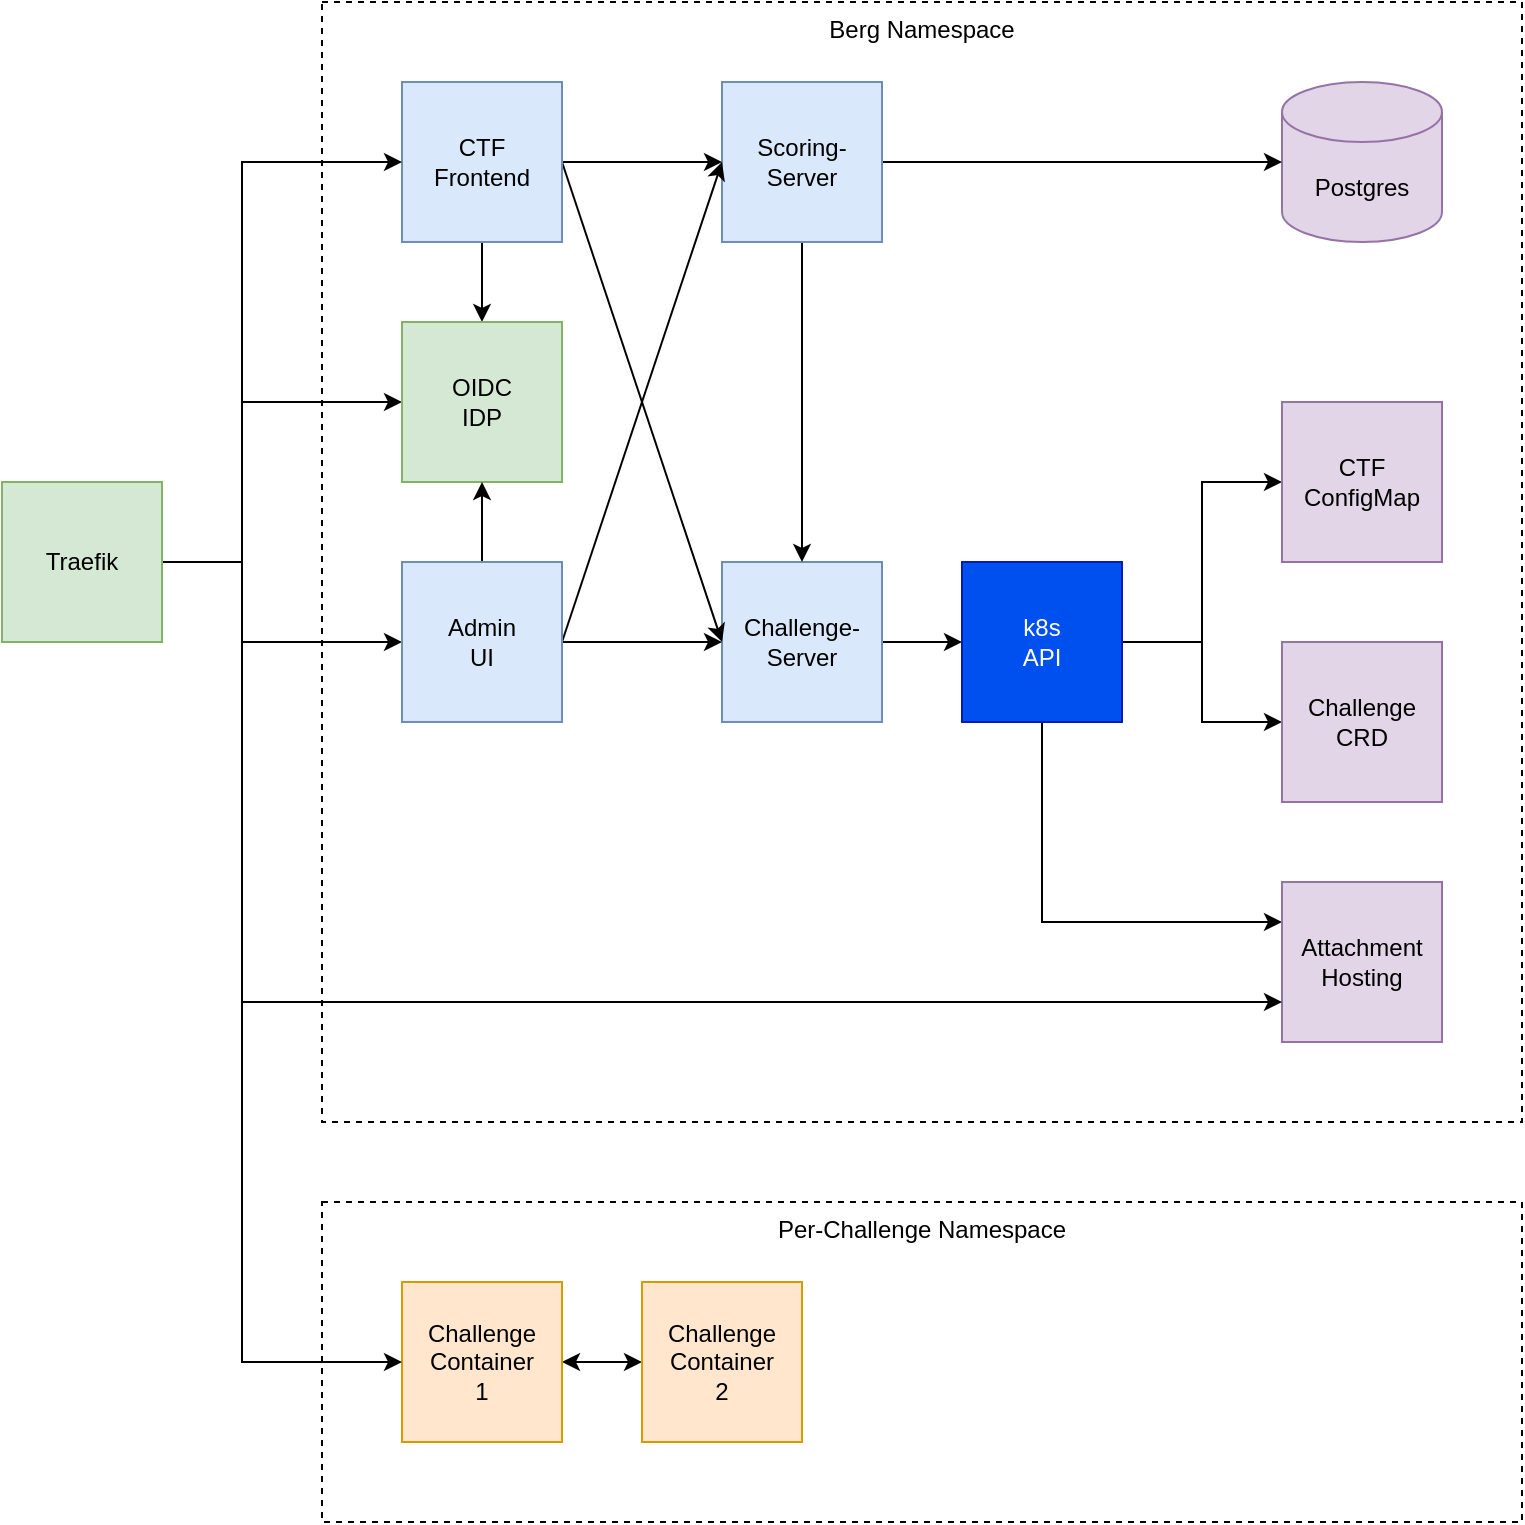
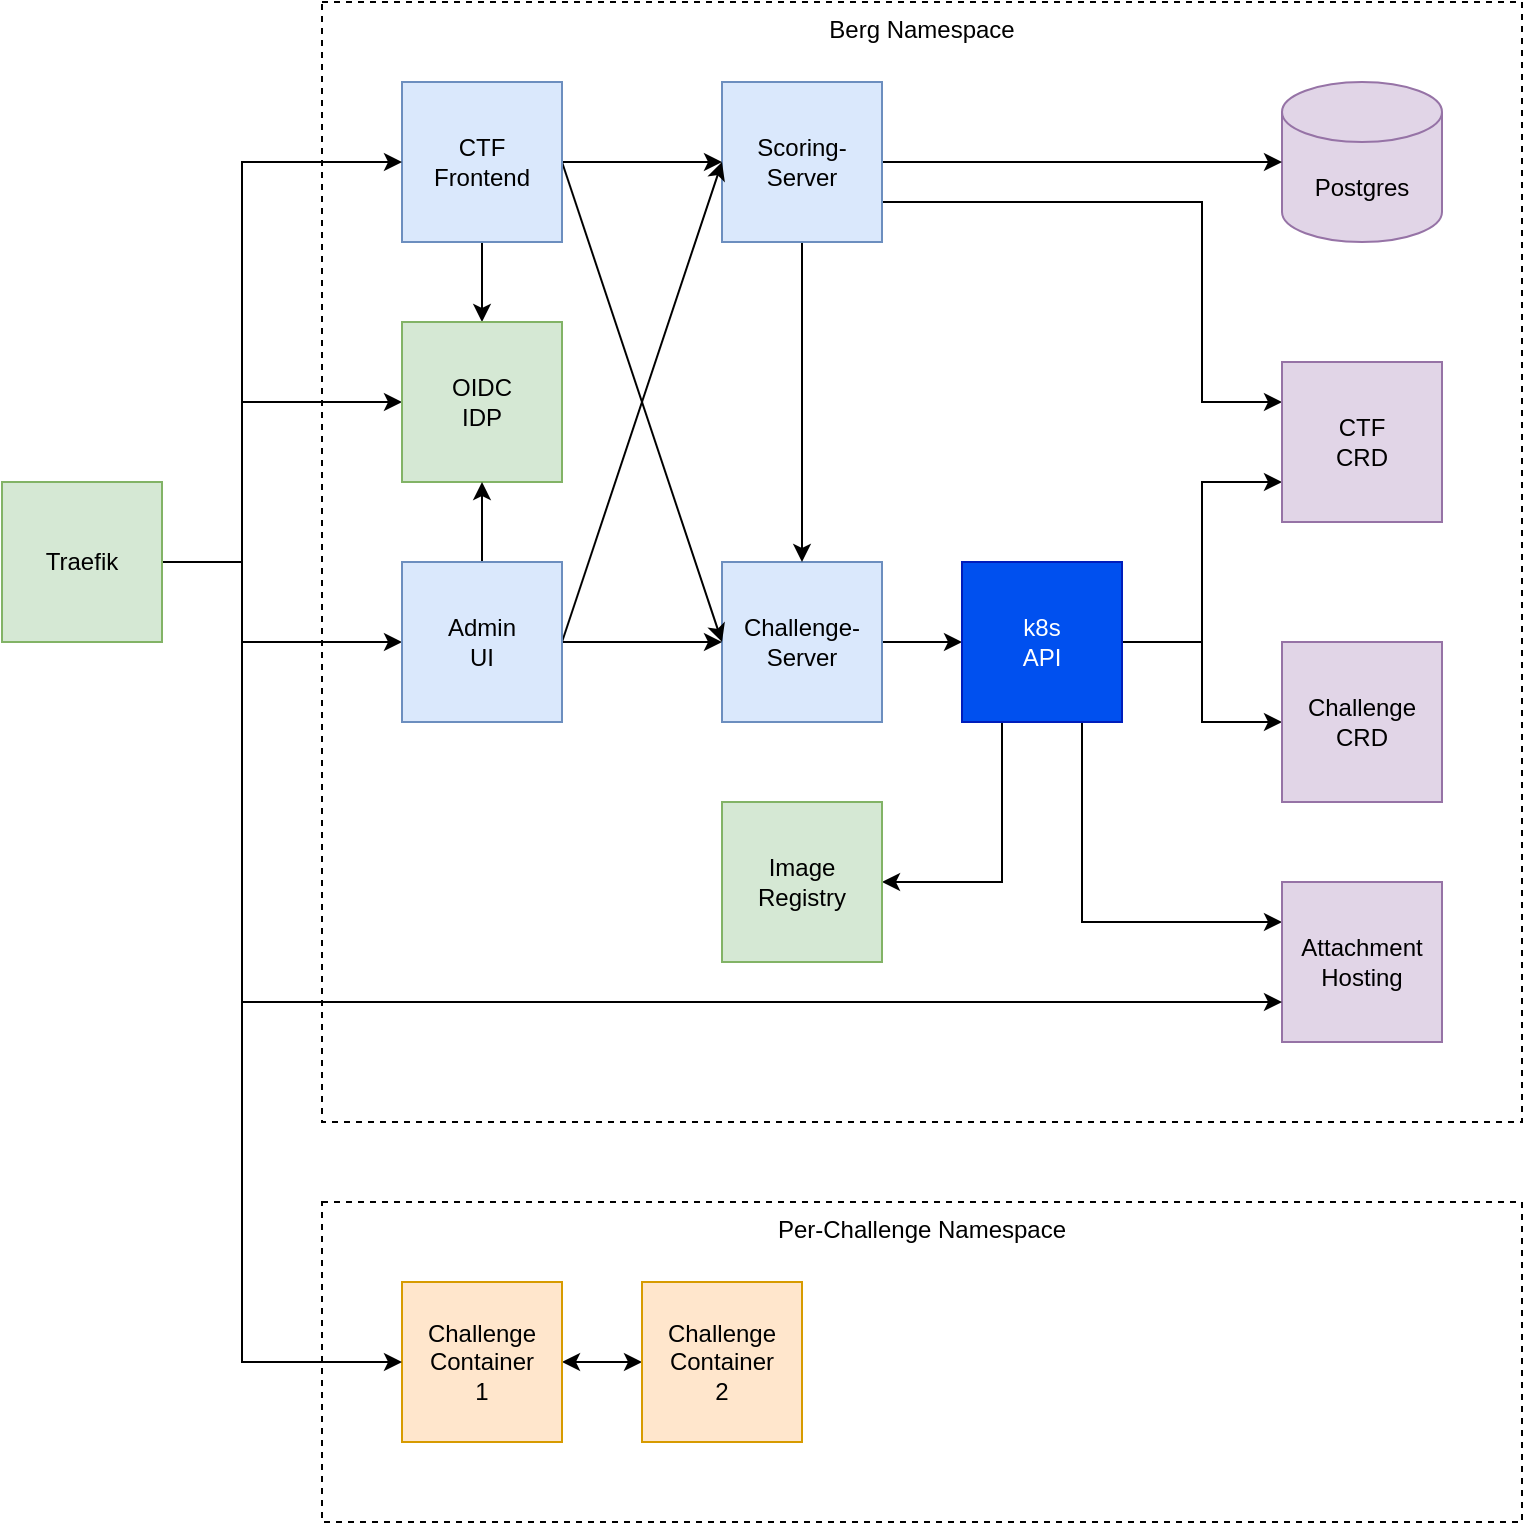
- <mxfile host="Electron" modified="2023-05-24T07:30:27.227Z" agent="Mozilla/5.0 (X11; Linux x86_64) AppleWebKit/537.36 (KHTML, like Gecko) draw.io/21.2.8 Chrome/112.0.5615.165 Electron/24.2.0 Safari/537.36" etag="guVOcQXvsl8iiGvtivm7" version="21.2.8" type="device">
+ <mxfile host="Electron" modified="2023-05-24T11:20:52.448Z" agent="Mozilla/5.0 (X11; Linux x86_64) AppleWebKit/537.36 (KHTML, like Gecko) draw.io/21.2.8 Chrome/112.0.5615.165 Electron/24.2.0 Safari/537.36" etag="6mPu50XDCviRhtScXiz8" version="21.2.8" type="device">
  <diagram name="Architecture" id="Uo0GrOfYdRWyRWBrfzNd">
-     <mxGraphModel dx="925" dy="569" grid="1" gridSize="10" guides="1" tooltips="1" connect="1" arrows="1" fold="1" page="1" pageScale="1" pageWidth="850" pageHeight="1100" math="0" shadow="0">
+     <mxGraphModel dx="854" dy="868" grid="1" gridSize="10" guides="1" tooltips="1" connect="1" arrows="1" fold="1" page="1" pageScale="1" pageWidth="850" pageHeight="1100" math="0" shadow="0">
      <root>
        <mxCell id="0" />
        <mxCell id="1" parent="0" />
-         <mxCell id="PvHvlI6vUuhh0g36hj-B-34" value="Per-Challenge Namespace" style="rounded=0;whiteSpace=wrap;html=1;fillColor=none;dashed=1;align=center;verticalAlign=top;" vertex="1" parent="1">
+         <mxCell id="PvHvlI6vUuhh0g36hj-B-34" value="Per-Challenge Namespace" style="rounded=0;whiteSpace=wrap;html=1;fillColor=none;dashed=1;align=center;verticalAlign=top;" parent="1" vertex="1">
          <mxGeometry x="200" y="640" width="600" height="160" as="geometry" />
        </mxCell>
-         <mxCell id="PvHvlI6vUuhh0g36hj-B-33" value="Berg Namespace" style="rounded=0;whiteSpace=wrap;html=1;fillColor=none;dashed=1;align=center;verticalAlign=top;" vertex="1" parent="1">
+         <mxCell id="PvHvlI6vUuhh0g36hj-B-33" value="Berg Namespace" style="rounded=0;whiteSpace=wrap;html=1;fillColor=none;dashed=1;align=center;verticalAlign=top;" parent="1" vertex="1">
          <mxGeometry x="200" y="40" width="600" height="560" as="geometry" />
        </mxCell>
-         <mxCell id="PvHvlI6vUuhh0g36hj-B-1" value="Postgres" style="shape=cylinder3;whiteSpace=wrap;html=1;boundedLbl=1;backgroundOutline=1;size=15;fillColor=#e1d5e7;strokeColor=#9673a6;" vertex="1" parent="1">
+         <mxCell id="PvHvlI6vUuhh0g36hj-B-1" value="Postgres" style="shape=cylinder3;whiteSpace=wrap;html=1;boundedLbl=1;backgroundOutline=1;size=15;fillColor=#e1d5e7;strokeColor=#9673a6;" parent="1" vertex="1">
          <mxGeometry x="680" y="80" width="80" height="80" as="geometry" />
        </mxCell>
-         <mxCell id="PvHvlI6vUuhh0g36hj-B-7" style="edgeStyle=orthogonalEdgeStyle;rounded=0;orthogonalLoop=1;jettySize=auto;html=1;exitX=1;exitY=0.5;exitDx=0;exitDy=0;entryX=0;entryY=0.5;entryDx=0;entryDy=0;" edge="1" parent="1" source="PvHvlI6vUuhh0g36hj-B-2" target="PvHvlI6vUuhh0g36hj-B-6">
+         <mxCell id="PvHvlI6vUuhh0g36hj-B-7" style="edgeStyle=orthogonalEdgeStyle;rounded=0;orthogonalLoop=1;jettySize=auto;html=1;exitX=1;exitY=0.5;exitDx=0;exitDy=0;entryX=0;entryY=0.5;entryDx=0;entryDy=0;" parent="1" source="PvHvlI6vUuhh0g36hj-B-2" target="PvHvlI6vUuhh0g36hj-B-6" edge="1">
          <mxGeometry relative="1" as="geometry" />
        </mxCell>
-         <mxCell id="PvHvlI6vUuhh0g36hj-B-2" value="Challenge-Server" style="whiteSpace=wrap;html=1;aspect=fixed;fillColor=#dae8fc;strokeColor=#6c8ebf;" vertex="1" parent="1">
+         <mxCell id="PvHvlI6vUuhh0g36hj-B-2" value="Challenge-Server" style="whiteSpace=wrap;html=1;aspect=fixed;fillColor=#dae8fc;strokeColor=#6c8ebf;" parent="1" vertex="1">
          <mxGeometry x="400" y="320" width="80" height="80" as="geometry" />
        </mxCell>
-         <mxCell id="PvHvlI6vUuhh0g36hj-B-16" style="edgeStyle=orthogonalEdgeStyle;rounded=0;orthogonalLoop=1;jettySize=auto;html=1;exitX=0.5;exitY=1;exitDx=0;exitDy=0;entryX=0;entryY=0.25;entryDx=0;entryDy=0;" edge="1" parent="1" source="PvHvlI6vUuhh0g36hj-B-6" target="PvHvlI6vUuhh0g36hj-B-15">
+         <mxCell id="PvHvlI6vUuhh0g36hj-B-16" style="edgeStyle=orthogonalEdgeStyle;rounded=0;orthogonalLoop=1;jettySize=auto;html=1;exitX=0.75;exitY=1;exitDx=0;exitDy=0;entryX=0;entryY=0.25;entryDx=0;entryDy=0;" parent="1" source="PvHvlI6vUuhh0g36hj-B-6" target="PvHvlI6vUuhh0g36hj-B-15" edge="1">
          <mxGeometry relative="1" as="geometry" />
        </mxCell>
-         <mxCell id="PvHvlI6vUuhh0g36hj-B-31" style="edgeStyle=orthogonalEdgeStyle;rounded=0;orthogonalLoop=1;jettySize=auto;html=1;exitX=1;exitY=0.5;exitDx=0;exitDy=0;entryX=0;entryY=0.5;entryDx=0;entryDy=0;" edge="1" parent="1" source="PvHvlI6vUuhh0g36hj-B-6" target="PvHvlI6vUuhh0g36hj-B-29">
+         <mxCell id="PvHvlI6vUuhh0g36hj-B-31" style="edgeStyle=orthogonalEdgeStyle;rounded=0;orthogonalLoop=1;jettySize=auto;html=1;exitX=1;exitY=0.5;exitDx=0;exitDy=0;entryX=0;entryY=0.75;entryDx=0;entryDy=0;" parent="1" source="PvHvlI6vUuhh0g36hj-B-6" target="PvHvlI6vUuhh0g36hj-B-29" edge="1">
          <mxGeometry relative="1" as="geometry" />
        </mxCell>
-         <mxCell id="PvHvlI6vUuhh0g36hj-B-32" style="edgeStyle=orthogonalEdgeStyle;rounded=0;orthogonalLoop=1;jettySize=auto;html=1;exitX=1;exitY=0.5;exitDx=0;exitDy=0;entryX=0;entryY=0.5;entryDx=0;entryDy=0;" edge="1" parent="1" source="PvHvlI6vUuhh0g36hj-B-6" target="PvHvlI6vUuhh0g36hj-B-30">
+         <mxCell id="PvHvlI6vUuhh0g36hj-B-32" style="edgeStyle=orthogonalEdgeStyle;rounded=0;orthogonalLoop=1;jettySize=auto;html=1;exitX=1;exitY=0.5;exitDx=0;exitDy=0;entryX=0;entryY=0.5;entryDx=0;entryDy=0;" parent="1" source="PvHvlI6vUuhh0g36hj-B-6" target="PvHvlI6vUuhh0g36hj-B-30" edge="1">
          <mxGeometry relative="1" as="geometry" />
        </mxCell>
-         <mxCell id="PvHvlI6vUuhh0g36hj-B-6" value="k8s&lt;br&gt;API" style="whiteSpace=wrap;html=1;aspect=fixed;fillColor=#0050ef;strokeColor=#001DBC;fontColor=#ffffff;" vertex="1" parent="1">
+         <mxCell id="gRbVofSfvynGAcUlV5oM-5" style="edgeStyle=orthogonalEdgeStyle;rounded=0;orthogonalLoop=1;jettySize=auto;html=1;exitX=0.25;exitY=1;exitDx=0;exitDy=0;entryX=1;entryY=0.5;entryDx=0;entryDy=0;" edge="1" parent="1" source="PvHvlI6vUuhh0g36hj-B-6" target="gRbVofSfvynGAcUlV5oM-4">
+           <mxGeometry relative="1" as="geometry" />
+         </mxCell>
+         <mxCell id="PvHvlI6vUuhh0g36hj-B-6" value="k8s&lt;br&gt;API" style="whiteSpace=wrap;html=1;aspect=fixed;fillColor=#0050ef;strokeColor=#001DBC;fontColor=#ffffff;" parent="1" vertex="1">
          <mxGeometry x="520" y="320" width="80" height="80" as="geometry" />
        </mxCell>
-         <mxCell id="PvHvlI6vUuhh0g36hj-B-9" style="edgeStyle=orthogonalEdgeStyle;rounded=0;orthogonalLoop=1;jettySize=auto;html=1;exitX=1;exitY=0.5;exitDx=0;exitDy=0;entryX=0;entryY=0.5;entryDx=0;entryDy=0;entryPerimeter=0;" edge="1" parent="1" source="PvHvlI6vUuhh0g36hj-B-8" target="PvHvlI6vUuhh0g36hj-B-1">
+         <mxCell id="PvHvlI6vUuhh0g36hj-B-9" style="edgeStyle=orthogonalEdgeStyle;rounded=0;orthogonalLoop=1;jettySize=auto;html=1;exitX=1;exitY=0.5;exitDx=0;exitDy=0;entryX=0;entryY=0.5;entryDx=0;entryDy=0;entryPerimeter=0;" parent="1" source="PvHvlI6vUuhh0g36hj-B-8" target="PvHvlI6vUuhh0g36hj-B-1" edge="1">
          <mxGeometry relative="1" as="geometry" />
        </mxCell>
-         <mxCell id="PvHvlI6vUuhh0g36hj-B-28" style="edgeStyle=orthogonalEdgeStyle;rounded=0;orthogonalLoop=1;jettySize=auto;html=1;exitX=0.5;exitY=1;exitDx=0;exitDy=0;entryX=0.5;entryY=0;entryDx=0;entryDy=0;" edge="1" parent="1" source="PvHvlI6vUuhh0g36hj-B-8" target="PvHvlI6vUuhh0g36hj-B-2">
+         <mxCell id="PvHvlI6vUuhh0g36hj-B-28" style="edgeStyle=orthogonalEdgeStyle;rounded=0;orthogonalLoop=1;jettySize=auto;html=1;exitX=0.5;exitY=1;exitDx=0;exitDy=0;entryX=0.5;entryY=0;entryDx=0;entryDy=0;" parent="1" source="PvHvlI6vUuhh0g36hj-B-8" target="PvHvlI6vUuhh0g36hj-B-2" edge="1">
          <mxGeometry relative="1" as="geometry" />
        </mxCell>
-         <mxCell id="PvHvlI6vUuhh0g36hj-B-8" value="Scoring-&lt;br&gt;Server" style="whiteSpace=wrap;html=1;aspect=fixed;fillColor=#dae8fc;strokeColor=#6c8ebf;" vertex="1" parent="1">
+         <mxCell id="gRbVofSfvynGAcUlV5oM-3" style="edgeStyle=orthogonalEdgeStyle;rounded=0;orthogonalLoop=1;jettySize=auto;html=1;exitX=1;exitY=0.75;exitDx=0;exitDy=0;entryX=0;entryY=0.25;entryDx=0;entryDy=0;" edge="1" parent="1" source="PvHvlI6vUuhh0g36hj-B-8" target="PvHvlI6vUuhh0g36hj-B-29">
+           <mxGeometry relative="1" as="geometry">
+             <Array as="points">
+               <mxPoint x="640" y="140" />
+               <mxPoint x="640" y="240" />
+             </Array>
+           </mxGeometry>
+         </mxCell>
+         <mxCell id="PvHvlI6vUuhh0g36hj-B-8" value="Scoring-&lt;br&gt;Server" style="whiteSpace=wrap;html=1;aspect=fixed;fillColor=#dae8fc;strokeColor=#6c8ebf;" parent="1" vertex="1">
          <mxGeometry x="400" y="80" width="80" height="80" as="geometry" />
        </mxCell>
-         <mxCell id="PvHvlI6vUuhh0g36hj-B-11" style="edgeStyle=orthogonalEdgeStyle;rounded=0;orthogonalLoop=1;jettySize=auto;html=1;exitX=1;exitY=0.5;exitDx=0;exitDy=0;entryX=0;entryY=0.5;entryDx=0;entryDy=0;" edge="1" parent="1" source="PvHvlI6vUuhh0g36hj-B-10" target="PvHvlI6vUuhh0g36hj-B-8">
+         <mxCell id="PvHvlI6vUuhh0g36hj-B-11" style="edgeStyle=orthogonalEdgeStyle;rounded=0;orthogonalLoop=1;jettySize=auto;html=1;exitX=1;exitY=0.5;exitDx=0;exitDy=0;entryX=0;entryY=0.5;entryDx=0;entryDy=0;" parent="1" source="PvHvlI6vUuhh0g36hj-B-10" target="PvHvlI6vUuhh0g36hj-B-8" edge="1">
          <mxGeometry relative="1" as="geometry" />
        </mxCell>
-         <mxCell id="PvHvlI6vUuhh0g36hj-B-12" style="rounded=0;orthogonalLoop=1;jettySize=auto;html=1;exitX=1;exitY=0.5;exitDx=0;exitDy=0;entryX=0;entryY=0.5;entryDx=0;entryDy=0;" edge="1" parent="1" source="PvHvlI6vUuhh0g36hj-B-10" target="PvHvlI6vUuhh0g36hj-B-2">
+         <mxCell id="PvHvlI6vUuhh0g36hj-B-12" style="rounded=0;orthogonalLoop=1;jettySize=auto;html=1;exitX=1;exitY=0.5;exitDx=0;exitDy=0;entryX=0;entryY=0.5;entryDx=0;entryDy=0;" parent="1" source="PvHvlI6vUuhh0g36hj-B-10" target="PvHvlI6vUuhh0g36hj-B-2" edge="1">
          <mxGeometry relative="1" as="geometry" />
        </mxCell>
-         <mxCell id="PvHvlI6vUuhh0g36hj-B-21" style="edgeStyle=orthogonalEdgeStyle;rounded=0;orthogonalLoop=1;jettySize=auto;html=1;exitX=0.5;exitY=1;exitDx=0;exitDy=0;entryX=0.5;entryY=0;entryDx=0;entryDy=0;" edge="1" parent="1" source="PvHvlI6vUuhh0g36hj-B-10" target="PvHvlI6vUuhh0g36hj-B-20">
+         <mxCell id="PvHvlI6vUuhh0g36hj-B-21" style="edgeStyle=orthogonalEdgeStyle;rounded=0;orthogonalLoop=1;jettySize=auto;html=1;exitX=0.5;exitY=1;exitDx=0;exitDy=0;entryX=0.5;entryY=0;entryDx=0;entryDy=0;" parent="1" source="PvHvlI6vUuhh0g36hj-B-10" target="PvHvlI6vUuhh0g36hj-B-20" edge="1">
          <mxGeometry relative="1" as="geometry" />
        </mxCell>
-         <mxCell id="PvHvlI6vUuhh0g36hj-B-10" value="CTF&lt;br&gt;Frontend" style="rounded=0;whiteSpace=wrap;html=1;fillColor=#dae8fc;strokeColor=#6c8ebf;" vertex="1" parent="1">
+         <mxCell id="PvHvlI6vUuhh0g36hj-B-10" value="CTF&lt;br&gt;Frontend" style="rounded=0;whiteSpace=wrap;html=1;fillColor=#dae8fc;strokeColor=#6c8ebf;" parent="1" vertex="1">
          <mxGeometry x="240" y="80" width="80" height="80" as="geometry" />
        </mxCell>
-         <mxCell id="PvHvlI6vUuhh0g36hj-B-37" style="edgeStyle=orthogonalEdgeStyle;rounded=0;orthogonalLoop=1;jettySize=auto;html=1;exitX=1;exitY=0.5;exitDx=0;exitDy=0;entryX=0;entryY=0.5;entryDx=0;entryDy=0;startArrow=classic;startFill=1;" edge="1" parent="1" source="PvHvlI6vUuhh0g36hj-B-13" target="PvHvlI6vUuhh0g36hj-B-36">
+         <mxCell id="PvHvlI6vUuhh0g36hj-B-37" style="edgeStyle=orthogonalEdgeStyle;rounded=0;orthogonalLoop=1;jettySize=auto;html=1;exitX=1;exitY=0.5;exitDx=0;exitDy=0;entryX=0;entryY=0.5;entryDx=0;entryDy=0;startArrow=classic;startFill=1;" parent="1" source="PvHvlI6vUuhh0g36hj-B-13" target="PvHvlI6vUuhh0g36hj-B-36" edge="1">
          <mxGeometry relative="1" as="geometry" />
        </mxCell>
-         <mxCell id="PvHvlI6vUuhh0g36hj-B-13" value="Challenge&lt;br&gt;Container&lt;br&gt;1" style="whiteSpace=wrap;html=1;aspect=fixed;fillColor=#ffe6cc;strokeColor=#d79b00;" vertex="1" parent="1">
+         <mxCell id="PvHvlI6vUuhh0g36hj-B-13" value="Challenge&lt;br&gt;Container&lt;br&gt;1" style="whiteSpace=wrap;html=1;aspect=fixed;fillColor=#ffe6cc;strokeColor=#d79b00;" parent="1" vertex="1">
          <mxGeometry x="240" y="680" width="80" height="80" as="geometry" />
        </mxCell>
-         <mxCell id="PvHvlI6vUuhh0g36hj-B-15" value="Attachment&lt;br&gt;Hosting" style="whiteSpace=wrap;html=1;aspect=fixed;fillColor=#e1d5e7;strokeColor=#9673a6;" vertex="1" parent="1">
+         <mxCell id="PvHvlI6vUuhh0g36hj-B-15" value="Attachment&lt;br&gt;Hosting" style="whiteSpace=wrap;html=1;aspect=fixed;fillColor=#e1d5e7;strokeColor=#9673a6;" parent="1" vertex="1">
          <mxGeometry x="680" y="480" width="80" height="80" as="geometry" />
        </mxCell>
-         <mxCell id="PvHvlI6vUuhh0g36hj-B-18" style="edgeStyle=orthogonalEdgeStyle;rounded=0;orthogonalLoop=1;jettySize=auto;html=1;exitX=1;exitY=0.5;exitDx=0;exitDy=0;entryX=0;entryY=0.5;entryDx=0;entryDy=0;" edge="1" parent="1" source="PvHvlI6vUuhh0g36hj-B-17" target="PvHvlI6vUuhh0g36hj-B-10">
+         <mxCell id="PvHvlI6vUuhh0g36hj-B-18" style="edgeStyle=orthogonalEdgeStyle;rounded=0;orthogonalLoop=1;jettySize=auto;html=1;exitX=1;exitY=0.5;exitDx=0;exitDy=0;entryX=0;entryY=0.5;entryDx=0;entryDy=0;" parent="1" source="PvHvlI6vUuhh0g36hj-B-17" target="PvHvlI6vUuhh0g36hj-B-10" edge="1">
          <mxGeometry relative="1" as="geometry">
            <Array as="points">
              <mxPoint x="160" y="320" />
              <mxPoint x="160" y="120" />
            </Array>
          </mxGeometry>
        </mxCell>
-         <mxCell id="PvHvlI6vUuhh0g36hj-B-19" style="edgeStyle=orthogonalEdgeStyle;rounded=0;orthogonalLoop=1;jettySize=auto;html=1;exitX=1;exitY=0.5;exitDx=0;exitDy=0;entryX=0;entryY=0.5;entryDx=0;entryDy=0;" edge="1" parent="1" source="PvHvlI6vUuhh0g36hj-B-17" target="PvHvlI6vUuhh0g36hj-B-13">
+         <mxCell id="PvHvlI6vUuhh0g36hj-B-19" style="edgeStyle=orthogonalEdgeStyle;rounded=0;orthogonalLoop=1;jettySize=auto;html=1;exitX=1;exitY=0.5;exitDx=0;exitDy=0;entryX=0;entryY=0.5;entryDx=0;entryDy=0;" parent="1" source="PvHvlI6vUuhh0g36hj-B-17" target="PvHvlI6vUuhh0g36hj-B-13" edge="1">
          <mxGeometry relative="1" as="geometry">
            <mxPoint x="230" y="650" as="targetPoint" />
            <Array as="points">
              <mxPoint x="160" y="320" />
              <mxPoint x="160" y="720" />
            </Array>
          </mxGeometry>
        </mxCell>
-         <mxCell id="PvHvlI6vUuhh0g36hj-B-24" style="edgeStyle=orthogonalEdgeStyle;rounded=0;orthogonalLoop=1;jettySize=auto;html=1;exitX=1;exitY=0.5;exitDx=0;exitDy=0;entryX=0;entryY=0.5;entryDx=0;entryDy=0;" edge="1" parent="1" source="PvHvlI6vUuhh0g36hj-B-17" target="PvHvlI6vUuhh0g36hj-B-22">
+         <mxCell id="PvHvlI6vUuhh0g36hj-B-24" style="edgeStyle=orthogonalEdgeStyle;rounded=0;orthogonalLoop=1;jettySize=auto;html=1;exitX=1;exitY=0.5;exitDx=0;exitDy=0;entryX=0;entryY=0.5;entryDx=0;entryDy=0;" parent="1" source="PvHvlI6vUuhh0g36hj-B-17" target="PvHvlI6vUuhh0g36hj-B-22" edge="1">
          <mxGeometry relative="1" as="geometry">
            <Array as="points">
              <mxPoint x="160" y="320" />
              <mxPoint x="160" y="360" />
            </Array>
          </mxGeometry>
        </mxCell>
-         <mxCell id="PvHvlI6vUuhh0g36hj-B-27" style="edgeStyle=orthogonalEdgeStyle;rounded=0;orthogonalLoop=1;jettySize=auto;html=1;exitX=1;exitY=0.5;exitDx=0;exitDy=0;entryX=0;entryY=0.5;entryDx=0;entryDy=0;" edge="1" parent="1" source="PvHvlI6vUuhh0g36hj-B-17" target="PvHvlI6vUuhh0g36hj-B-20">
+         <mxCell id="PvHvlI6vUuhh0g36hj-B-27" style="edgeStyle=orthogonalEdgeStyle;rounded=0;orthogonalLoop=1;jettySize=auto;html=1;exitX=1;exitY=0.5;exitDx=0;exitDy=0;entryX=0;entryY=0.5;entryDx=0;entryDy=0;" parent="1" source="PvHvlI6vUuhh0g36hj-B-17" target="PvHvlI6vUuhh0g36hj-B-20" edge="1">
          <mxGeometry relative="1" as="geometry">
            <Array as="points">
              <mxPoint x="160" y="320" />
              <mxPoint x="160" y="240" />
            </Array>
          </mxGeometry>
        </mxCell>
-         <mxCell id="PvHvlI6vUuhh0g36hj-B-35" style="edgeStyle=orthogonalEdgeStyle;rounded=0;orthogonalLoop=1;jettySize=auto;html=1;exitX=1;exitY=0.5;exitDx=0;exitDy=0;entryX=0;entryY=0.75;entryDx=0;entryDy=0;" edge="1" parent="1" source="PvHvlI6vUuhh0g36hj-B-17" target="PvHvlI6vUuhh0g36hj-B-15">
+         <mxCell id="PvHvlI6vUuhh0g36hj-B-35" style="edgeStyle=orthogonalEdgeStyle;rounded=0;orthogonalLoop=1;jettySize=auto;html=1;exitX=1;exitY=0.5;exitDx=0;exitDy=0;entryX=0;entryY=0.75;entryDx=0;entryDy=0;" parent="1" source="PvHvlI6vUuhh0g36hj-B-17" target="PvHvlI6vUuhh0g36hj-B-15" edge="1">
          <mxGeometry relative="1" as="geometry">
            <Array as="points">
              <mxPoint x="160" y="320" />
              <mxPoint x="160" y="540" />
            </Array>
          </mxGeometry>
        </mxCell>
-         <mxCell id="PvHvlI6vUuhh0g36hj-B-17" value="Traefik" style="rounded=0;whiteSpace=wrap;html=1;fillColor=#d5e8d4;strokeColor=#82b366;" vertex="1" parent="1">
+         <mxCell id="PvHvlI6vUuhh0g36hj-B-17" value="Traefik" style="rounded=0;whiteSpace=wrap;html=1;fillColor=#d5e8d4;strokeColor=#82b366;" parent="1" vertex="1">
          <mxGeometry x="40" y="280" width="80" height="80" as="geometry" />
        </mxCell>
-         <mxCell id="PvHvlI6vUuhh0g36hj-B-20" value="OIDC&lt;br&gt;IDP" style="rounded=0;whiteSpace=wrap;html=1;fillColor=#d5e8d4;strokeColor=#82b366;" vertex="1" parent="1">
+         <mxCell id="PvHvlI6vUuhh0g36hj-B-20" value="OIDC&lt;br&gt;IDP" style="rounded=0;whiteSpace=wrap;html=1;fillColor=#d5e8d4;strokeColor=#82b366;" parent="1" vertex="1">
          <mxGeometry x="240" y="200" width="80" height="80" as="geometry" />
        </mxCell>
-         <mxCell id="PvHvlI6vUuhh0g36hj-B-23" style="edgeStyle=orthogonalEdgeStyle;rounded=0;orthogonalLoop=1;jettySize=auto;html=1;exitX=1;exitY=0.5;exitDx=0;exitDy=0;" edge="1" parent="1" source="PvHvlI6vUuhh0g36hj-B-22" target="PvHvlI6vUuhh0g36hj-B-2">
+         <mxCell id="PvHvlI6vUuhh0g36hj-B-23" style="edgeStyle=orthogonalEdgeStyle;rounded=0;orthogonalLoop=1;jettySize=auto;html=1;exitX=1;exitY=0.5;exitDx=0;exitDy=0;" parent="1" source="PvHvlI6vUuhh0g36hj-B-22" target="PvHvlI6vUuhh0g36hj-B-2" edge="1">
          <mxGeometry relative="1" as="geometry" />
        </mxCell>
-         <mxCell id="PvHvlI6vUuhh0g36hj-B-25" style="rounded=0;orthogonalLoop=1;jettySize=auto;html=1;exitX=1;exitY=0.5;exitDx=0;exitDy=0;entryX=0;entryY=0.5;entryDx=0;entryDy=0;" edge="1" parent="1" source="PvHvlI6vUuhh0g36hj-B-22" target="PvHvlI6vUuhh0g36hj-B-8">
+         <mxCell id="PvHvlI6vUuhh0g36hj-B-25" style="rounded=0;orthogonalLoop=1;jettySize=auto;html=1;exitX=1;exitY=0.5;exitDx=0;exitDy=0;entryX=0;entryY=0.5;entryDx=0;entryDy=0;" parent="1" source="PvHvlI6vUuhh0g36hj-B-22" target="PvHvlI6vUuhh0g36hj-B-8" edge="1">
          <mxGeometry relative="1" as="geometry" />
        </mxCell>
-         <mxCell id="PvHvlI6vUuhh0g36hj-B-26" style="edgeStyle=orthogonalEdgeStyle;rounded=0;orthogonalLoop=1;jettySize=auto;html=1;exitX=0.5;exitY=0;exitDx=0;exitDy=0;entryX=0.5;entryY=1;entryDx=0;entryDy=0;" edge="1" parent="1" source="PvHvlI6vUuhh0g36hj-B-22" target="PvHvlI6vUuhh0g36hj-B-20">
+         <mxCell id="PvHvlI6vUuhh0g36hj-B-26" style="edgeStyle=orthogonalEdgeStyle;rounded=0;orthogonalLoop=1;jettySize=auto;html=1;exitX=0.5;exitY=0;exitDx=0;exitDy=0;entryX=0.5;entryY=1;entryDx=0;entryDy=0;" parent="1" source="PvHvlI6vUuhh0g36hj-B-22" target="PvHvlI6vUuhh0g36hj-B-20" edge="1">
          <mxGeometry relative="1" as="geometry" />
        </mxCell>
-         <mxCell id="PvHvlI6vUuhh0g36hj-B-22" value="Admin&lt;br&gt;UI" style="rounded=0;whiteSpace=wrap;html=1;fillColor=#dae8fc;strokeColor=#6c8ebf;" vertex="1" parent="1">
+         <mxCell id="PvHvlI6vUuhh0g36hj-B-22" value="Admin&lt;br&gt;UI" style="rounded=0;whiteSpace=wrap;html=1;fillColor=#dae8fc;strokeColor=#6c8ebf;" parent="1" vertex="1">
          <mxGeometry x="240" y="320" width="80" height="80" as="geometry" />
        </mxCell>
-         <mxCell id="PvHvlI6vUuhh0g36hj-B-29" value="CTF&lt;br&gt;ConfigMap" style="whiteSpace=wrap;html=1;aspect=fixed;fillColor=#e1d5e7;strokeColor=#9673a6;" vertex="1" parent="1">
-           <mxGeometry x="680" y="240" width="80" height="80" as="geometry" />
+         <mxCell id="PvHvlI6vUuhh0g36hj-B-29" value="CTF&lt;br&gt;CRD" style="whiteSpace=wrap;html=1;aspect=fixed;fillColor=#e1d5e7;strokeColor=#9673a6;" parent="1" vertex="1">
+           <mxGeometry x="680" y="220" width="80" height="80" as="geometry" />
        </mxCell>
-         <mxCell id="PvHvlI6vUuhh0g36hj-B-30" value="Challenge&lt;br&gt;CRD" style="whiteSpace=wrap;html=1;aspect=fixed;fillColor=#e1d5e7;strokeColor=#9673a6;" vertex="1" parent="1">
+         <mxCell id="PvHvlI6vUuhh0g36hj-B-30" value="Challenge&lt;br&gt;CRD" style="whiteSpace=wrap;html=1;aspect=fixed;fillColor=#e1d5e7;strokeColor=#9673a6;" parent="1" vertex="1">
          <mxGeometry x="680" y="360" width="80" height="80" as="geometry" />
        </mxCell>
-         <mxCell id="PvHvlI6vUuhh0g36hj-B-36" value="Challenge&lt;br&gt;Container&lt;br&gt;2" style="whiteSpace=wrap;html=1;aspect=fixed;fillColor=#ffe6cc;strokeColor=#d79b00;" vertex="1" parent="1">
+         <mxCell id="PvHvlI6vUuhh0g36hj-B-36" value="Challenge&lt;br&gt;Container&lt;br&gt;2" style="whiteSpace=wrap;html=1;aspect=fixed;fillColor=#ffe6cc;strokeColor=#d79b00;" parent="1" vertex="1">
          <mxGeometry x="360" y="680" width="80" height="80" as="geometry" />
+         </mxCell>
+         <mxCell id="gRbVofSfvynGAcUlV5oM-4" value="Image&lt;br&gt;Registry" style="rounded=0;whiteSpace=wrap;html=1;fillColor=#d5e8d4;strokeColor=#82b366;" vertex="1" parent="1">
+           <mxGeometry x="400" y="440" width="80" height="80" as="geometry" />
        </mxCell>
      </root>
    </mxGraphModel>
  </diagram>
</mxfile>
